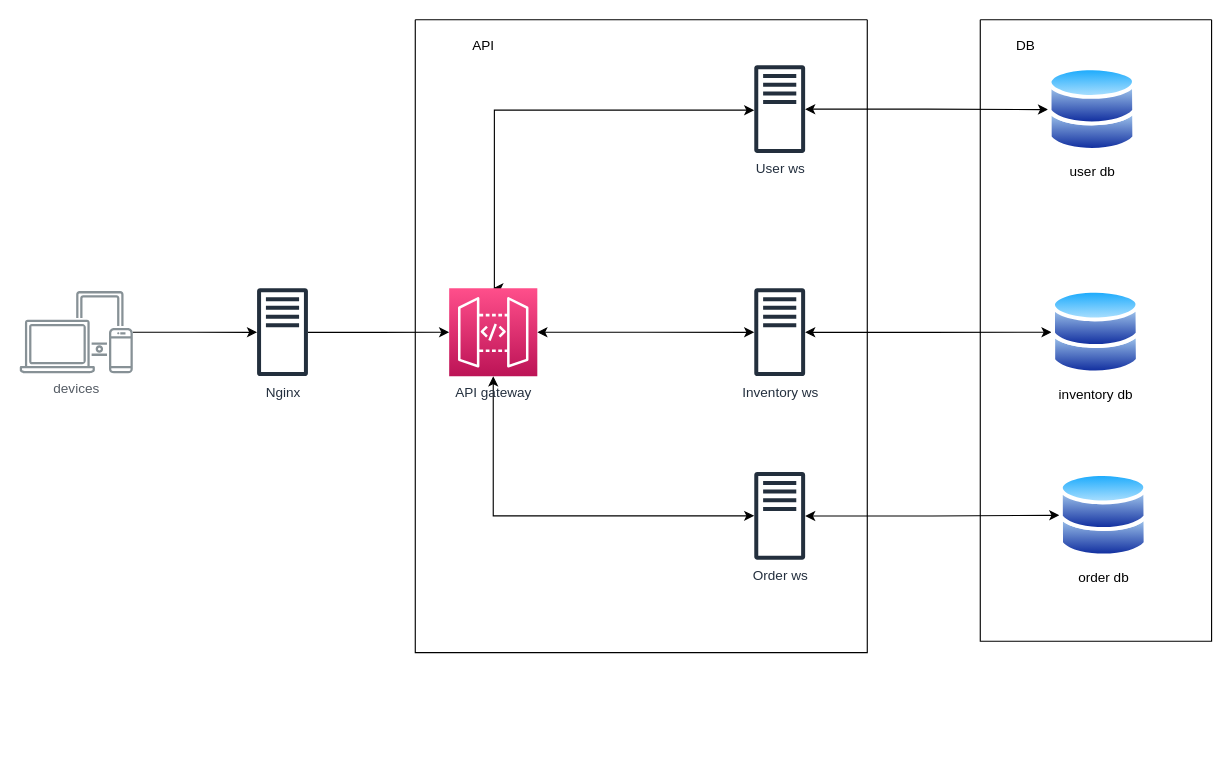
Earlier version of the draw.io diagram project-architechture.drawio (phquoc25/diagram). Source tidied: cells renumbered, new cells numbered last; positions are measured from the earlier drawing's top-left corner, leaving out a move shared by most shapes. Both pictures are drawn from the tidied source at 113%, with x=0, y=0 at pixel (19, 19).
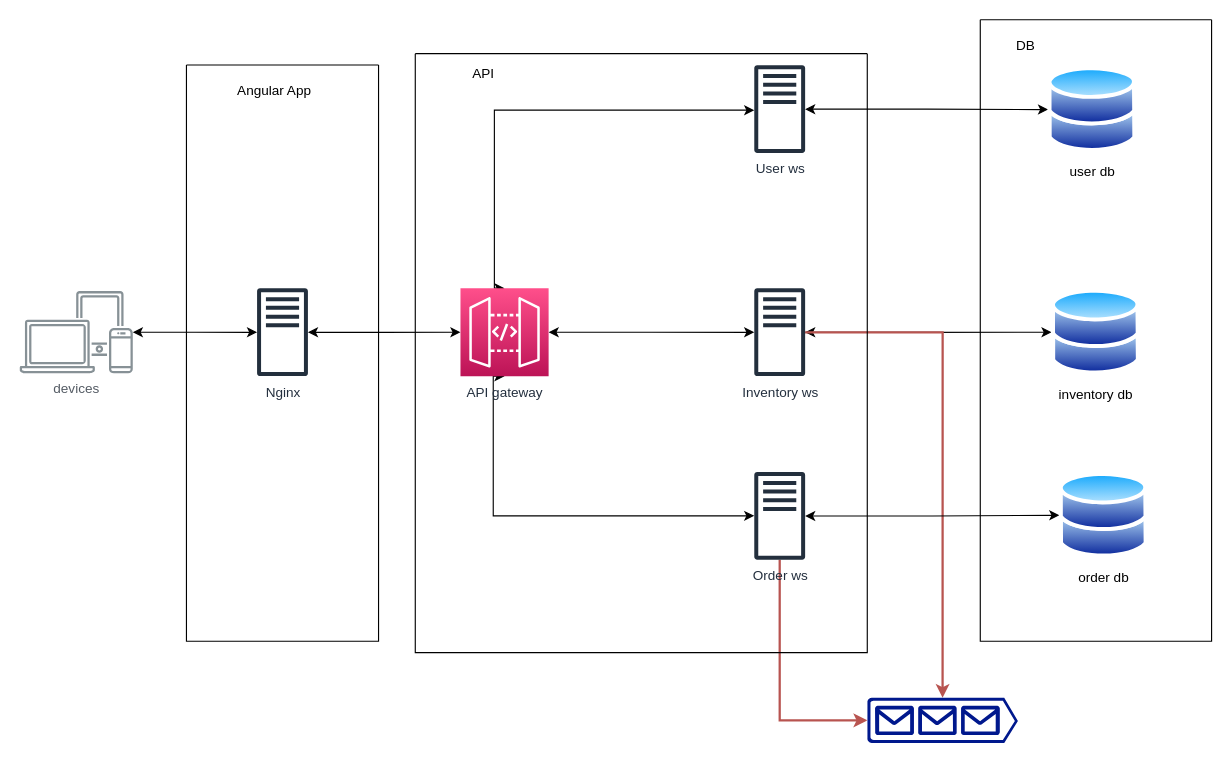
After the change.

Commit message:
finish basic project architechture

Unchanged cells that the change refers to:
```xml
<mxCell id="3" value="devices" style="sketch=0;outlineConnect=0;gradientColor=none;fontColor=#545B64;strokeColor=none;fillColor=#879196;dashed=0;verticalLabelPosition=bottom;verticalAlign=top;align=center;html=1;fontSize=12;fontStyle=0;shape=mxgraph.aws4.illustration_devices;" parent="1" vertex="1">
  <mxGeometry y="240" width="100" height="73" as="geometry" />
</mxCell>
<mxCell id="5" value="Nginx" style="sketch=0;outlineConnect=0;fontColor=#232F3E;gradientColor=none;fillColor=#232F3D;strokeColor=none;dashed=0;verticalLabelPosition=bottom;verticalAlign=top;align=center;html=1;fontSize=12;fontStyle=0;shape=mxgraph.aws4.traditional_server;" parent="1" vertex="1">
  <mxGeometry x="210" y="237.5" width="45" height="78" as="geometry" />
</mxCell>
<mxCell id="13" value="Inventory ws" style="sketch=0;outlineConnect=0;fontColor=#232F3E;gradientColor=none;fillColor=#232F3D;strokeColor=none;dashed=0;verticalLabelPosition=bottom;verticalAlign=top;align=center;html=1;fontSize=12;fontStyle=0;shape=mxgraph.aws4.traditional_server;" parent="1" vertex="1">
  <mxGeometry x="650" y="237.5" width="45" height="78" as="geometry" />
</mxCell>
<mxCell id="15" value="Order ws" style="sketch=0;outlineConnect=0;fontColor=#232F3E;gradientColor=none;fillColor=#232F3D;strokeColor=none;dashed=0;verticalLabelPosition=bottom;verticalAlign=top;align=center;html=1;fontSize=12;fontStyle=0;shape=mxgraph.aws4.traditional_server;" parent="1" vertex="1">
  <mxGeometry x="650" y="400" width="45" height="78" as="geometry" />
</mxCell>
```

Change to the diagram source:
```diff
@@
-    <mxCell id="2" style="edgeStyle=orthogonalEdgeStyle;rounded=0;jettySize=auto;html=1;" parent="1" edge="1" source="3" target="5">
+    <mxCell id="2" style="edgeStyle=orthogonalEdgeStyle;rounded=0;jettySize=auto;html=1;startArrow=classic;startFill=1;" parent="1" edge="1" source="3" target="5">
       <mxGeometry relative="1" as="geometry" />
     </mxCell>
@@
-    <mxCell id="4" style="edgeStyle=orthogonalEdgeStyle;rounded=0;jettySize=auto;html=1;entryX=0;entryY=0.5;entryDx=0;entryDy=0;entryPerimeter=0;" parent="1" edge="1" source="5" target="9">
+    <mxCell id="4" style="edgeStyle=orthogonalEdgeStyle;rounded=0;jettySize=auto;html=1;entryX=0;entryY=0.5;entryDx=0;entryDy=0;entryPerimeter=0;startArrow=classic;startFill=1;" parent="1" edge="1" source="5" target="9">
       <mxGeometry relative="1" as="geometry" />
     </mxCell>
@@
-    <mxCell id="9" value="API gateway" style="sketch=0;points=[[0,0,0],[0.25,0,0],[0.5,0,0],[0.75,0,0],[1,0,0],[0,1,0],[0.25,1,0],[0.5,1,0],[0.75,1,0],[1,1,0],[0,0.25,0],[0,0.5,0],[0,0.75,0],[1,0.25,0],[1,0.5,0],[1,0.75,0]];outlineConnect=0;fontColor=#232F3E;gradientColor=#FF4F8B;gradientDirection=north;fillColor=#BC1356;strokeColor=#ffffff;dashed=0;verticalLabelPosition=bottom;verticalAlign=top;align=center;html=1;fontSize=12;fontStyle=0;shape=mxgraph.aws4.resourceIcon;resIcon=mxgraph.aws4.api_gateway;" parent="1" vertex="1">
-      <mxGeometry x="380" y="237.5" width="78" height="78" as="geometry" />
-    </mxCell>
@@
+    <mxCell id="23" style="edgeStyle=orthogonalEdgeStyle;rounded=0;jettySize=auto;html=1;entryX=0.5;entryY=0;entryDx=0;entryDy=0;entryPerimeter=0;fillColor=#f8cecc;strokeColor=#b85450;strokeWidth=2;" parent="1" edge="1" source="13" target="27">
+      <mxGeometry relative="1" as="geometry" />
+    </mxCell>
@@
+    <mxCell id="24" style="edgeStyle=orthogonalEdgeStyle;rounded=0;jettySize=auto;html=1;entryX=0;entryY=0.5;entryDx=0;entryDy=0;entryPerimeter=0;fillColor=#f8cecc;strokeColor=#b85450;strokeWidth=2;" parent="1" edge="1" source="15" target="27">
+      <mxGeometry relative="1" as="geometry">
+        <Array as="points">
+          <mxPoint x="673" y="620" />
+        </Array>
+      </mxGeometry>
+    </mxCell>
@@
     <mxCell id="16" style="swimlane;startSize=0;" parent="1" vertex="1">
-      <mxGeometry x="350" width="400" height="560" as="geometry" />
+      <mxGeometry x="350" y="30" width="400" height="530" as="geometry" />
     </mxCell>
+    <mxCell id="9" value="API gateway" style="sketch=0;points=[[0,0,0],[0.25,0,0],[0.5,0,0],[0.75,0,0],[1,0,0],[0,1,0],[0.25,1,0],[0.5,1,0],[0.75,1,0],[1,1,0],[0,0.25,0],[0,0.5,0],[0,0.75,0],[1,0.25,0],[1,0.5,0],[1,0.75,0]];outlineConnect=0;fontColor=#232F3E;gradientColor=#FF4F8B;gradientDirection=north;fillColor=#BC1356;strokeColor=#ffffff;dashed=0;verticalLabelPosition=bottom;verticalAlign=top;align=center;html=1;fontSize=12;fontStyle=0;shape=mxgraph.aws4.resourceIcon;resIcon=mxgraph.aws4.api_gateway;" parent="16" vertex="1">
+      <mxGeometry x="40" y="207.5" width="78" height="78" as="geometry" />
+    </mxCell>
     <mxCell id="17" value="API" style="text;html=1;align=center;verticalAlign=middle;strokeColor=none;fillColor=none;" parent="1" vertex="1">
-      <mxGeometry x="390" y="8" width="40" height="30" as="geometry" />
+      <mxGeometry x="390" y="33" width="40" height="30" as="geometry" />
     </mxCell>
@@
+    <mxCell id="25" style="swimlane;startSize=0;" parent="1" vertex="1">
+      <mxGeometry x="147.5" y="40" width="170" height="510" as="geometry" />
+    </mxCell>
+    <mxCell id="26" value="Angular App" style="text;html=1;align=center;verticalAlign=middle;strokeColor=none;fillColor=none;" parent="25" vertex="1">
+      <mxGeometry x="32.5" y="8" width="90" height="30" as="geometry" />
+    </mxCell>
+    <mxCell id="27" style="sketch=0;shadow=0;dashed=0;html=1;strokeColor=none;labelPosition=center;verticalLabelPosition=bottom;verticalAlign=top;align=center;fillColor=#00188D;shape=mxgraph.azure.queue_generic;" parent="1" vertex="1">
+      <mxGeometry x="750" y="600" width="133.3" height="40" as="geometry" />
+    </mxCell>
```
